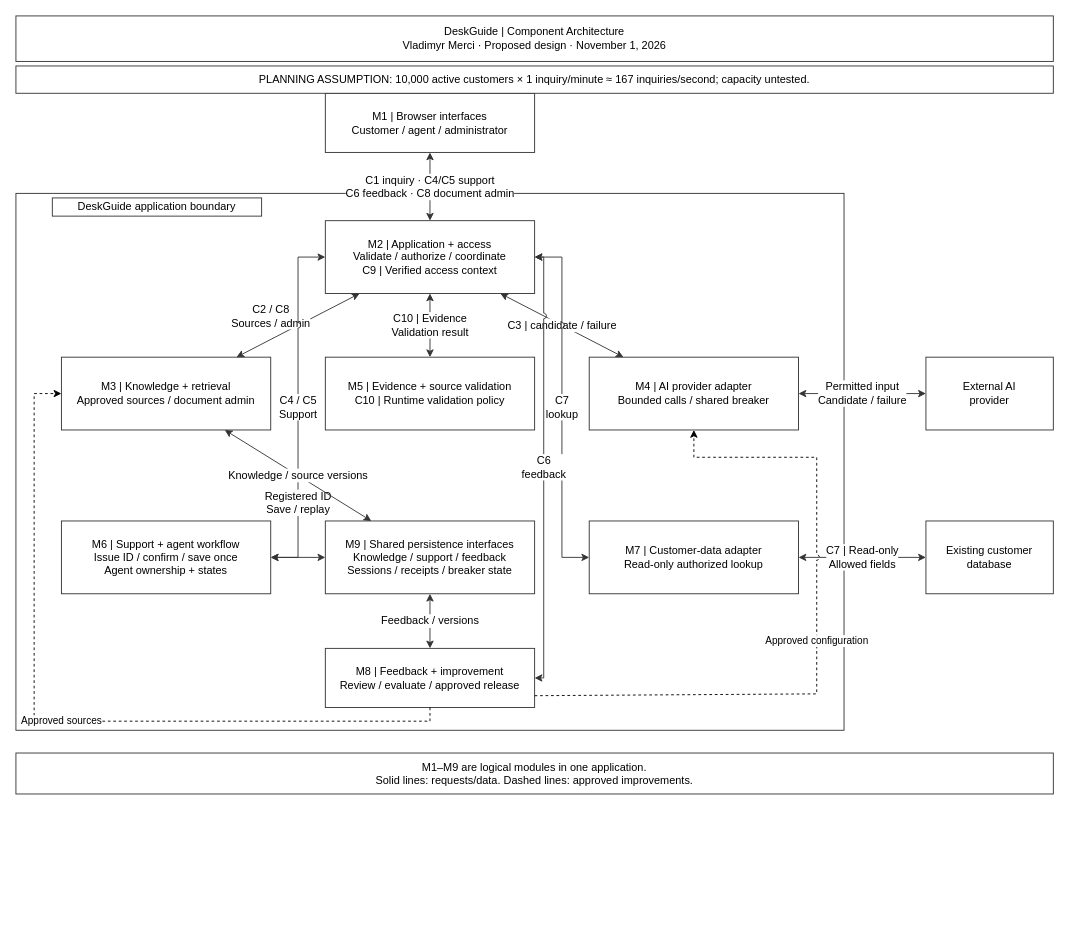
vlad8110/deskguide keeps this draw.io diagram as page "Component architecture" (1 of 2) of docs/unit-3/architecture-first-draft/deskguide-unit-3-architecture.drawio. Above is the earlier version. Source tidied: cells renumbered, new cells numbered last; positions are measured from the earlier drawing's top-left corner, leaving out a move shared by most shapes. Both pictures are drawn from the tidied source at 91%, with x=0, y=0 at pixel (15, 15).
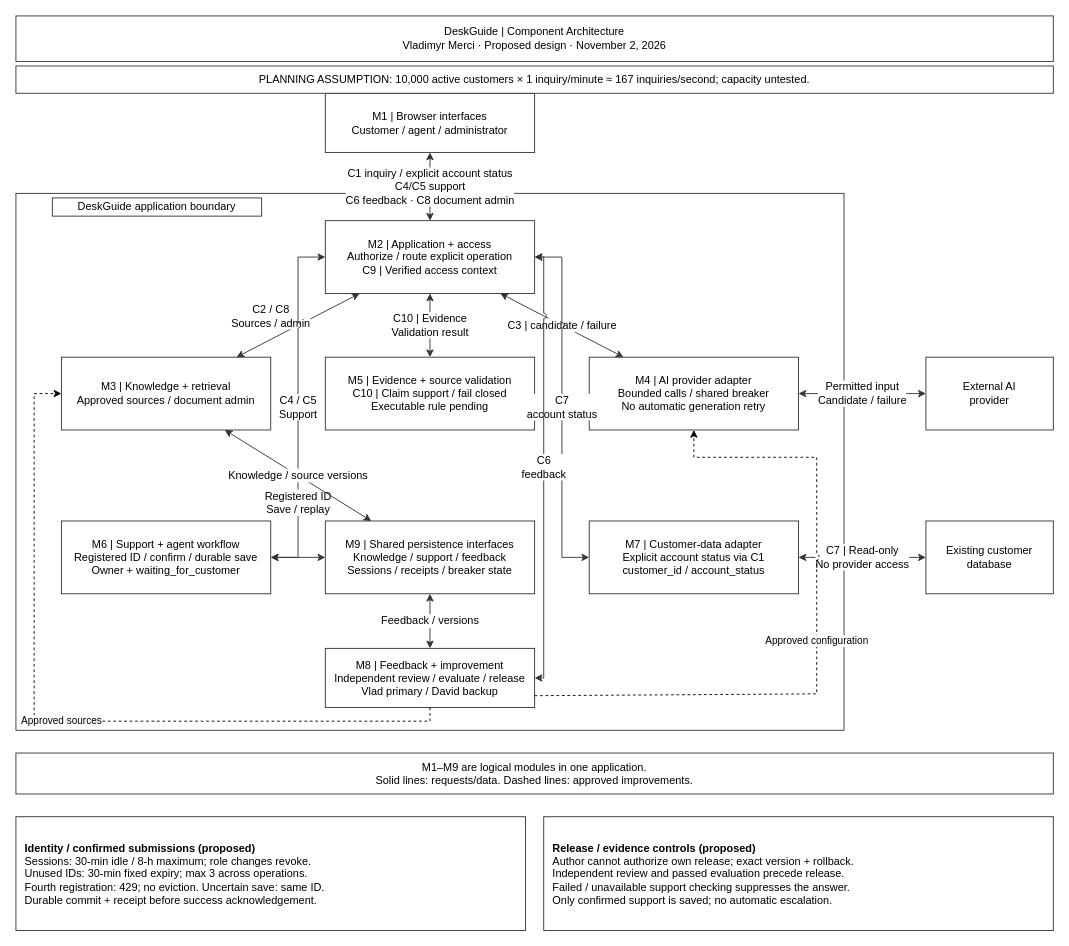
The same diagram, later.

Commit message (it also covers changes not shown here):
Align architecture diagrams with revised Unit 3 proposals

The change refers to these unchanged cells:
```xml
<mxCell id="4" value="M1 | Browser interfaces&lt;div&gt;Customer / agent / administrator&lt;/div&gt;" style="rounded=0;whiteSpace=wrap;html=1;rotation=0;fontFamily=Arial;fontSize=12;fontColor=#000000;strokeColor=#333333;" parent="1" vertex="1">
  <mxGeometry x="340" y="85" width="230" height="65" as="geometry" />
</mxCell>
<mxCell id="13" value="Existing customer&lt;br&gt;database" style="rounded=0;whiteSpace=wrap;html=1;rotation=0;fontFamily=Arial;fontSize=12;fontColor=#000000;strokeColor=#333333;" parent="1" vertex="1">
  <mxGeometry x="1000" y="555" width="140" height="80" as="geometry" />
</mxCell>
```

Change to the diagram source:
```diff
@@
-    <mxCell id="3" value="M2 | Application + access&lt;br&gt;Validate / authorize / coordinate&lt;br&gt;C9 | Verified access context" style="rounded=0;whiteSpace=wrap;html=1;rotation=0;fontFamily=Arial;fontSize=12;fontColor=#000000;strokeColor=#333333;" parent="1" vertex="1">
+    <mxCell id="3" value="M2 | Application + access&lt;br&gt;Authorize / route explicit operation&lt;br&gt;C9 | Verified access context" style="rounded=0;whiteSpace=wrap;html=1;rotation=0;fontFamily=Arial;fontSize=12;fontColor=#000000;strokeColor=#333333;" parent="1" vertex="1">
       <mxGeometry x="340" y="225" width="230" height="80" as="geometry" />
     </mxCell>
@@
-    <mxCell id="6" value="M4 | AI provider adapter&lt;br&gt;Bounded calls / shared breaker" style="rounded=0;whiteSpace=wrap;html=1;rotation=0;fontFamily=Arial;fontSize=12;fontColor=#000000;strokeColor=#333333;" parent="1" vertex="1">
+    <mxCell id="6" value="M4 | AI provider adapter&lt;br&gt;Bounded calls / shared breaker&lt;br&gt;No automatic generation retry" style="rounded=0;whiteSpace=wrap;html=1;rotation=0;fontFamily=Arial;fontSize=12;fontColor=#000000;strokeColor=#333333;" parent="1" vertex="1">
       <mxGeometry x="630" y="375" width="230" height="80" as="geometry" />
     </mxCell>
-    <mxCell id="7" value="M5 | Evidence + source validation&lt;br&gt;C10 | Runtime validation policy" style="rounded=0;whiteSpace=wrap;html=1;rotation=0;fontFamily=Arial;fontSize=12;fontColor=#000000;strokeColor=#333333;" parent="1" vertex="1">
+    <mxCell id="7" value="M5 | Evidence + source validation&lt;br&gt;C10 | Claim support / fail closed&lt;br&gt;Executable rule pending" style="rounded=0;whiteSpace=wrap;html=1;rotation=0;fontFamily=Arial;fontSize=12;fontColor=#000000;strokeColor=#333333;" parent="1" vertex="1">
       <mxGeometry x="340" y="375" width="230" height="80" as="geometry" />
     </mxCell>
-    <mxCell id="8" value="M6 | Support + agent workflow&lt;br&gt;Issue ID / confirm / save once&lt;br&gt;Agent ownership + states" style="rounded=0;whiteSpace=wrap;html=1;rotation=0;fontFamily=Arial;fontSize=12;fontColor=#000000;strokeColor=#333333;" parent="1" vertex="1">
+    <mxCell id="8" value="M6 | Support + agent workflow&lt;br&gt;Registered ID / confirm / durable save&lt;br&gt;Owner + waiting_for_customer" style="rounded=0;whiteSpace=wrap;html=1;rotation=0;fontFamily=Arial;fontSize=12;fontColor=#000000;strokeColor=#333333;" parent="1" vertex="1">
       <mxGeometry x="50" y="555" width="230" height="80" as="geometry" />
     </mxCell>
-    <mxCell id="9" value="M7 | Customer-data adapter&lt;br&gt;Read-only authorized lookup" style="rounded=0;whiteSpace=wrap;html=1;rotation=0;fontFamily=Arial;fontSize=12;fontColor=#000000;strokeColor=#333333;" parent="1" vertex="1">
+    <mxCell id="9" value="M7 | Customer-data adapter&lt;br&gt;Explicit account status via C1&lt;br&gt;customer_id / account_status" style="rounded=0;whiteSpace=wrap;html=1;rotation=0;fontFamily=Arial;fontSize=12;fontColor=#000000;strokeColor=#333333;" parent="1" vertex="1">
       <mxGeometry x="630" y="555" width="230" height="80" as="geometry" />
     </mxCell>
@@
-    <mxCell id="11" value="M8 | Feedback + improvement&lt;br&gt;Review / evaluate / approved release" style="rounded=0;whiteSpace=wrap;html=1;rotation=0;fontFamily=Arial;fontSize=12;fontColor=#000000;strokeColor=#333333;" parent="1" vertex="1">
+    <mxCell id="11" value="M8 | Feedback + improvement&lt;br&gt;Independent review / evaluate / release&lt;br&gt;Vlad primary / David backup" style="rounded=0;whiteSpace=wrap;html=1;rotation=0;fontFamily=Arial;fontSize=12;fontColor=#000000;strokeColor=#333333;" parent="1" vertex="1">
       <mxGeometry x="340" y="695" width="230" height="65" as="geometry" />
     </mxCell>
@@
-    <mxCell id="14" value="DeskGuide | Component Architecture&lt;br&gt;Vladimyr Merci · Proposed design · November 1, 2026" style="rounded=0;whiteSpace=wrap;html=1;rotation=0;fontFamily=Arial;fontSize=12;fontColor=#000000;strokeColor=#333333;" parent="1" vertex="1">
+    <mxCell id="14" value="DeskGuide | Component Architecture&lt;br&gt;Vladimyr Merci · Proposed design · November 2, 2026" style="rounded=0;whiteSpace=wrap;html=1;rotation=0;fontFamily=Arial;fontSize=12;fontColor=#000000;strokeColor=#333333;" parent="1" vertex="1">
       <mxGeometry width="1140" height="50" as="geometry" />
     </mxCell>
@@
-    <mxCell id="17" value="C1 inquiry · C4/C5 support&lt;br&gt;C6 feedback · C8 document admin" style="endArrow=classic;startArrow=classic;html=1;rounded=0;edgeStyle=orthogonalEdgeStyle;fontFamily=Arial;fontSize=12;fontColor=#000000;strokeColor=#333333;labelBackgroundColor=#FFFFFF;jumpStyle=arc;jumpSize=6;" parent="1" edge="1" source="4" target="3">
+    <mxCell id="17" value="C1 inquiry / explicit account status&lt;br&gt;C4/C5 support&lt;br&gt;C6 feedback · C8 document admin" style="endArrow=classic;startArrow=classic;html=1;rounded=0;edgeStyle=orthogonalEdgeStyle;fontFamily=Arial;fontSize=12;fontColor=#000000;strokeColor=#333333;labelBackgroundColor=#FFFFFF;jumpStyle=arc;jumpSize=6;" parent="1" edge="1" source="4" target="3">
       <mxGeometry relative="1" as="geometry" />
     </mxCell>
@@
-    <mxCell id="23" value="C7 | Read-only&lt;br&gt;Allowed fields" style="endArrow=classic;startArrow=classic;html=1;rounded=0;fontFamily=Arial;fontSize=12;fontColor=#000000;strokeColor=#333333;labelBackgroundColor=#FFFFFF;jumpStyle=arc;jumpSize=6;" parent="1" edge="1" source="9" target="13">
+    <mxCell id="23" value="C7 | Read-only&lt;br&gt;No provider access" style="endArrow=classic;startArrow=classic;html=1;rounded=0;fontFamily=Arial;fontSize=12;fontColor=#000000;strokeColor=#333333;labelBackgroundColor=#FFFFFF;jumpStyle=arc;jumpSize=6;" parent="1" edge="1" source="9" target="13">
       <mxGeometry relative="1" as="geometry" />
     </mxCell>
@@
-    <mxCell id="27" value="C7&lt;br/&gt;lookup" style="endArrow=classic;startArrow=classic;html=1;rounded=0;exitX=1;exitY=0.5;exitDx=0;exitDy=0;entryX=0;entryY=0.5;entryDx=0;entryDy=0;edgeStyle=orthogonalEdgeStyle;fontFamily=Arial;fontSize=12;fontColor=#000000;strokeColor=#333333;labelBackgroundColor=#FFFFFF;jumpStyle=arc;jumpSize=6;" parent="1" edge="1" source="3" target="9">
+    <mxCell id="27" value="C7&lt;br/&gt;account status" style="endArrow=classic;startArrow=classic;html=1;rounded=0;exitX=1;exitY=0.5;exitDx=0;exitDy=0;entryX=0;entryY=0.5;entryDx=0;entryDy=0;edgeStyle=orthogonalEdgeStyle;fontFamily=Arial;fontSize=12;fontColor=#000000;strokeColor=#333333;labelBackgroundColor=#FFFFFF;jumpStyle=arc;jumpSize=6;" parent="1" edge="1" source="3" target="9">
       <mxGeometry relative="1" as="geometry" />
     </mxCell>
@@
+    <mxCell id="32" value="&lt;b&gt;Identity / confirmed submissions (proposed)&lt;/b&gt;&lt;br&gt;Sessions: 30-min idle / 8-h maximum; role changes revoke.&lt;br&gt;Unused IDs: 30-min fixed expiry; max 3 across operations.&lt;br&gt;Fourth registration: 429; no eviction. Uncertain save: same ID.&lt;br&gt;Durable commit + receipt before success acknowledgement." style="rounded=0;whiteSpace=wrap;html=1;fontFamily=Arial;fontSize=12;fontColor=#000000;strokeColor=#333333;fillColor=#FFFFFF;align=left;verticalAlign=middle;spacing=10;" parent="1" vertex="1">
+      <mxGeometry y="880" width="560" height="125" as="geometry" />
+    </mxCell>
+    <mxCell id="33" value="&lt;b&gt;Release / evidence controls (proposed)&lt;/b&gt;&lt;br&gt;Author cannot authorize own release; exact version + rollback.&lt;br&gt;Independent review and passed evaluation precede release.&lt;br&gt;Failed / unavailable support checking suppresses the answer.&lt;br&gt;Only confirmed support is saved; no automatic escalation." style="rounded=0;whiteSpace=wrap;html=1;fontFamily=Arial;fontSize=12;fontColor=#000000;strokeColor=#333333;fillColor=#FFFFFF;align=left;verticalAlign=middle;spacing=10;" parent="1" vertex="1">
+      <mxGeometry x="580" y="880" width="560" height="125" as="geometry" />
+    </mxCell>
```
